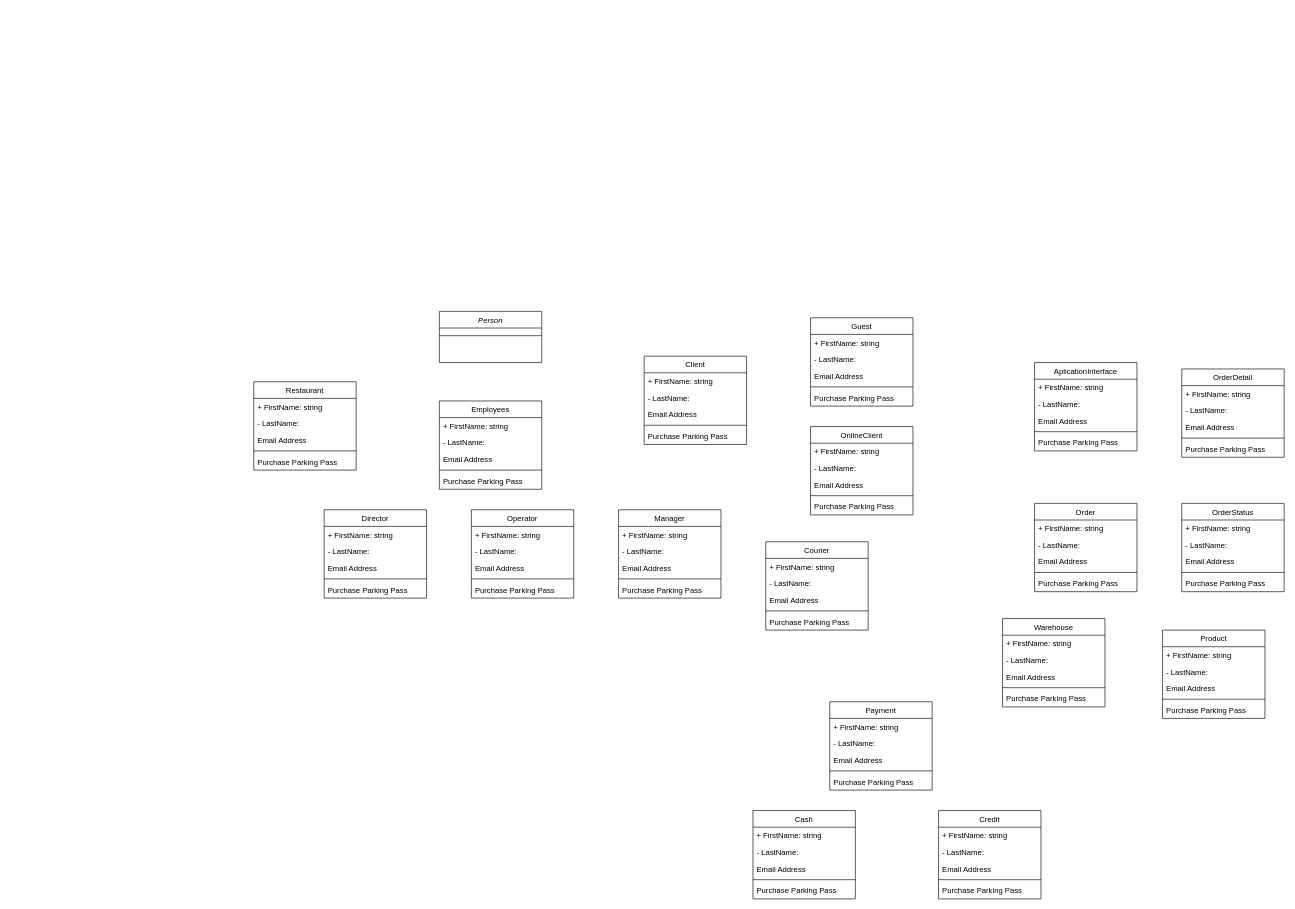
ChistEgor/UML-class-diagram keeps this draw.io diagram as Untitled Diagram.drawio. Above is the earlier version. Source tidied: cells renumbered, new cells numbered last; positions are measured from the earlier drawing's top-left corner, leaving out a move shared by most shapes. Both pictures are drawn from the tidied source at 64%, with x=0, y=0 at pixel (253, 311).
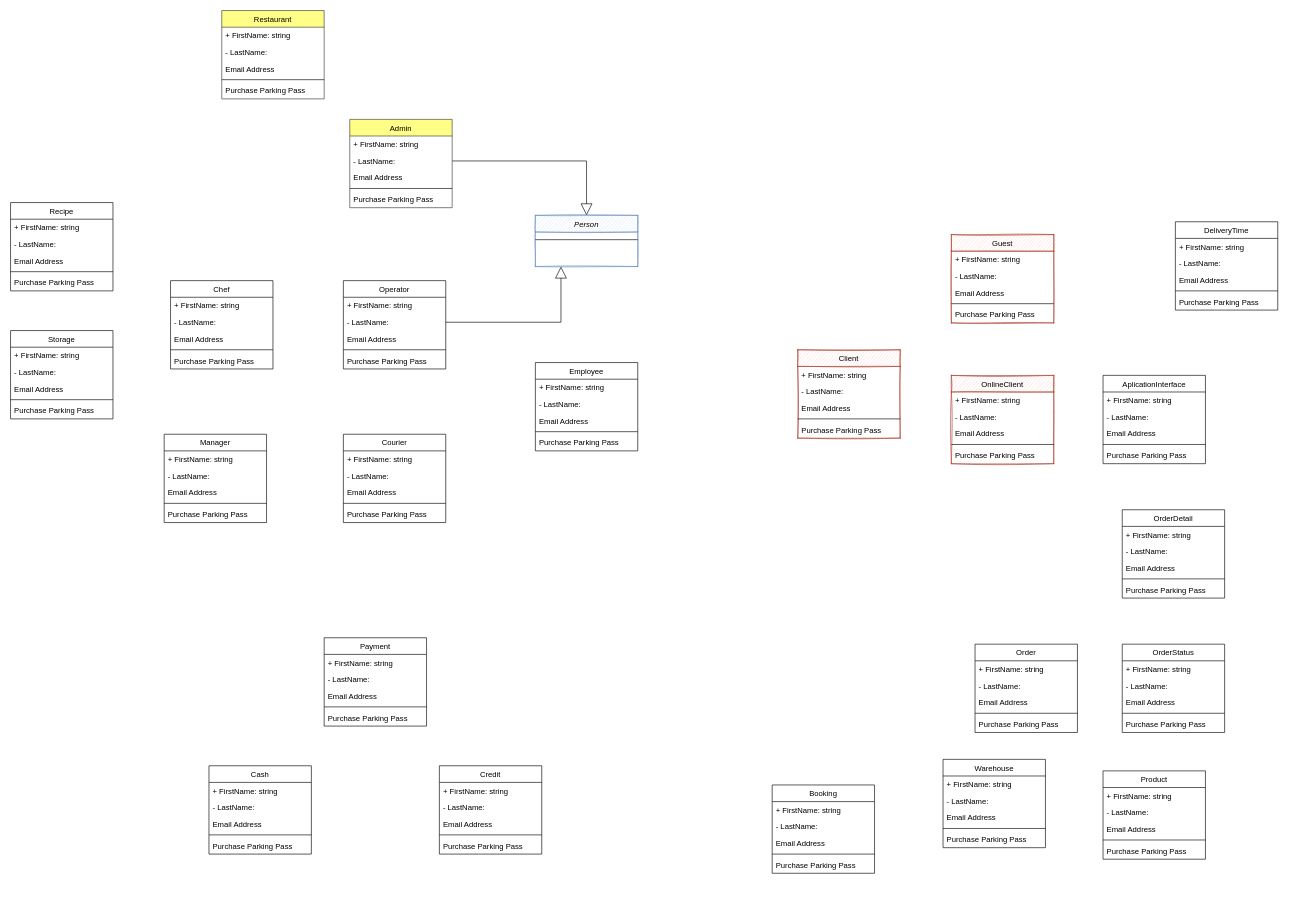
After the change.

The change refers to these unchanged cells:
```xml
<mxCell id="12" value="- LastName:" style="text;align=left;verticalAlign=top;spacingLeft=4;spacingRight=4;overflow=hidden;points=[[0,0.5],[1,0.5]];portConstraint=eastwest;rounded=0;shadow=0;html=0;" parent="10" vertex="1">
  <mxGeometry y="52" width="160" height="26" as="geometry" />
</mxCell>
<mxCell id="24" value="- LastName:" style="text;align=left;verticalAlign=top;spacingLeft=4;spacingRight=4;overflow=hidden;points=[[0,0.5],[1,0.5]];portConstraint=eastwest;rounded=0;shadow=0;html=0;" parent="22" vertex="1">
  <mxGeometry y="52" width="160" height="26" as="geometry" />
</mxCell>
```

Change to the diagram source:
```diff
@@
-    <mxCell id="2" value="Employees" style="swimlane;fontStyle=0;align=center;verticalAlign=top;horizontal=1;startSize=26;rounded=0;shadow=0;strokeWidth=1;" parent="1" vertex="1">
-      <mxGeometry x="290" y="140" width="160" height="138" as="geometry" />
+    <mxCell id="2" value="Employee" style="swimlane;fontStyle=0;align=center;verticalAlign=top;horizontal=1;startSize=26;rounded=0;shadow=0;strokeWidth=1;" parent="1" vertex="1">
+      <mxGeometry x="440" y="80" width="160" height="138" as="geometry" />
     </mxCell>
@@
+    <mxCell id="112" style="edgeStyle=orthogonalEdgeStyle;rounded=0;jettySize=auto;html=1;exitX=0.5;exitY=0;exitDx=0;exitDy=0;entryX=1;entryY=0.5;entryDx=0;entryDy=0;endArrow=none;endFill=0;endSize=10;startArrow=block;startFill=0;targetPerimeterSpacing=15;sourcePerimeterSpacing=10;startSize=16;" parent="1" edge="1" source="8" target="12">
+      <mxGeometry relative="1" as="geometry" />
+    </mxCell>
+    <mxCell id="113" style="edgeStyle=orthogonalEdgeStyle;rounded=0;jettySize=auto;html=1;exitX=0.25;exitY=1;exitDx=0;exitDy=0;entryX=1;entryY=0.5;entryDx=0;entryDy=0;startArrow=block;startFill=0;startSize=16;sourcePerimeterSpacing=10;endArrow=none;endFill=0;endSize=10;targetPerimeterSpacing=15;" parent="1" edge="1" source="8" target="24">
+      <mxGeometry relative="1" as="geometry" />
+    </mxCell>
-    <mxCell id="8" value="Person" style="swimlane;fontStyle=2;align=center;verticalAlign=top;horizontal=1;startSize=26;rounded=0;shadow=0;strokeWidth=1;" parent="1" vertex="1">
-      <mxGeometry x="290" width="160" height="80" as="geometry" />
+    <mxCell id="8" value="Person" style="swimlane;fontStyle=2;align=center;verticalAlign=top;horizontal=1;startSize=26;rounded=0;shadow=0;strokeWidth=1;swimlaneFillColor=#ffffff;fillColor=#dae8fc;sketch=1;glass=0;strokeColor=#6c8ebf;fillStyle=auto;" parent="1" vertex="1">
+      <mxGeometry x="440" y="-150" width="160" height="80" as="geometry" />
     </mxCell>
@@
-    <mxCell id="10" value="Director" style="swimlane;fontStyle=0;align=center;verticalAlign=top;horizontal=1;startSize=26;rounded=0;shadow=0;strokeWidth=1;" parent="1" vertex="1">
-      <mxGeometry x="110" y="310" width="160" height="138" as="geometry" />
+    <mxCell id="10" value="Admin" style="swimlane;fontStyle=0;align=center;verticalAlign=top;horizontal=1;startSize=26;rounded=0;shadow=0;strokeWidth=1;fillColor=#ffff88;strokeColor=#36393d;swimlaneFillColor=#ffffff;sketch=0;" parent="1" vertex="1">
+      <mxGeometry x="150" y="-300" width="160" height="138" as="geometry" />
     </mxCell>
@@
-    <mxCell id="16" value="Restaurant" style="swimlane;fontStyle=0;align=center;verticalAlign=top;horizontal=1;startSize=26;rounded=0;shadow=0;strokeWidth=1;" parent="1" vertex="1">
-      <mxGeometry y="110" width="160" height="138" as="geometry" />
+    <mxCell id="16" value="Restaurant" style="swimlane;fontStyle=0;align=center;verticalAlign=top;horizontal=1;startSize=26;rounded=0;shadow=0;strokeWidth=1;fillColor=#ffff88;strokeColor=#36393d;" parent="1" vertex="1">
+      <mxGeometry x="-50" y="-470" width="160" height="138" as="geometry" />
     </mxCell>
@@
     <mxCell id="22" value="Operator" style="swimlane;fontStyle=0;align=center;verticalAlign=top;horizontal=1;startSize=26;rounded=0;shadow=0;strokeWidth=1;" parent="1" vertex="1">
-      <mxGeometry x="340" y="310" width="160" height="138" as="geometry" />
+      <mxGeometry x="140" y="-48" width="160" height="138" as="geometry" />
     </mxCell>
@@
     <mxCell id="28" value="Manager" style="swimlane;fontStyle=0;align=center;verticalAlign=top;horizontal=1;startSize=26;rounded=0;shadow=0;strokeWidth=1;" parent="1" vertex="1">
-      <mxGeometry x="570" y="310" width="160" height="138" as="geometry" />
+      <mxGeometry x="-140" y="192" width="160" height="138" as="geometry" />
     </mxCell>
@@
     <mxCell id="34" value="Courier" style="swimlane;fontStyle=0;align=center;verticalAlign=top;horizontal=1;startSize=26;rounded=0;shadow=0;strokeWidth=1;" parent="1" vertex="1">
-      <mxGeometry x="800" y="360" width="160" height="138" as="geometry" />
+      <mxGeometry x="140" y="192" width="160" height="138" as="geometry" />
     </mxCell>
@@
-    <mxCell id="40" value="Client" style="swimlane;fontStyle=0;align=center;verticalAlign=top;horizontal=1;startSize=26;rounded=0;shadow=0;strokeWidth=1;" parent="1" vertex="1">
-      <mxGeometry x="610" y="70" width="160" height="138" as="geometry" />
+    <mxCell id="40" value="Client" style="swimlane;fontStyle=0;align=center;verticalAlign=top;horizontal=1;startSize=26;rounded=0;shadow=0;strokeWidth=1;fillColor=#fad9d5;strokeColor=#ae4132;swimlaneFillColor=#ffffff;sketch=1;" parent="1" vertex="1">
+      <mxGeometry x="850" y="60" width="160" height="138" as="geometry" />
     </mxCell>
@@
-    <mxCell id="46" value="Guest" style="swimlane;fontStyle=0;align=center;verticalAlign=top;horizontal=1;startSize=26;rounded=0;shadow=0;strokeWidth=1;" parent="1" vertex="1">
-      <mxGeometry x="870" y="10" width="160" height="138" as="geometry" />
+    <mxCell id="46" value="Guest" style="swimlane;fontStyle=0;align=center;verticalAlign=top;horizontal=1;startSize=26;rounded=0;shadow=0;strokeWidth=1;fillColor=#fad9d5;strokeColor=#ae4132;swimlaneFillColor=#ffffff;sketch=1;" parent="1" vertex="1">
+      <mxGeometry x="1090" y="-120" width="160" height="138" as="geometry" />
     </mxCell>
@@
-    <mxCell id="52" value="OnlineClient" style="swimlane;fontStyle=0;align=center;verticalAlign=top;horizontal=1;startSize=26;rounded=0;shadow=0;strokeWidth=1;" parent="1" vertex="1">
-      <mxGeometry x="870" y="180" width="160" height="138" as="geometry" />
+    <mxCell id="52" value="OnlineClient" style="swimlane;fontStyle=0;align=center;verticalAlign=top;horizontal=1;startSize=26;rounded=0;shadow=0;strokeWidth=1;fillColor=#fad9d5;strokeColor=#ae4132;swimlaneFillColor=#ffffff;sketch=1;" parent="1" vertex="1">
+      <mxGeometry x="1090" y="100" width="160" height="138" as="geometry" />
     </mxCell>
@@
     <mxCell id="58" value="AplicationInterface" style="swimlane;fontStyle=0;align=center;verticalAlign=top;horizontal=1;startSize=26;rounded=0;shadow=0;strokeWidth=1;" parent="1" vertex="1">
-      <mxGeometry x="1220" y="80" width="160" height="138" as="geometry" />
+      <mxGeometry x="1327" y="100" width="160" height="138" as="geometry" />
     </mxCell>
@@
     <mxCell id="64" value="Order" style="swimlane;fontStyle=0;align=center;verticalAlign=top;horizontal=1;startSize=26;rounded=0;shadow=0;strokeWidth=1;" parent="1" vertex="1">
-      <mxGeometry x="1220" y="300" width="160" height="138" as="geometry" />
+      <mxGeometry x="1127" y="520" width="160" height="138" as="geometry" />
     </mxCell>
@@
     <mxCell id="70" value="Warehouse" style="swimlane;fontStyle=0;align=center;verticalAlign=top;horizontal=1;startSize=26;rounded=0;shadow=0;strokeWidth=1;" parent="1" vertex="1">
-      <mxGeometry x="1170" y="480" width="160" height="138" as="geometry" />
+      <mxGeometry x="1077" y="700" width="160" height="138" as="geometry" />
     </mxCell>
@@
     <mxCell id="76" value="OrderStatus" style="swimlane;fontStyle=0;align=center;verticalAlign=top;horizontal=1;startSize=26;rounded=0;shadow=0;strokeWidth=1;" parent="1" vertex="1">
-      <mxGeometry x="1450" y="300" width="160" height="138" as="geometry" />
+      <mxGeometry x="1357" y="520" width="160" height="138" as="geometry" />
     </mxCell>
@@
     <mxCell id="82" value="OrderDetail" style="swimlane;fontStyle=0;align=center;verticalAlign=top;horizontal=1;startSize=26;rounded=0;shadow=0;strokeWidth=1;" parent="1" vertex="1">
-      <mxGeometry x="1450" y="90" width="160" height="138" as="geometry" />
+      <mxGeometry x="1357" y="310" width="160" height="138" as="geometry" />
     </mxCell>
@@
     <mxCell id="88" value="Product" style="swimlane;fontStyle=0;align=center;verticalAlign=top;horizontal=1;startSize=26;rounded=0;shadow=0;strokeWidth=1;" parent="1" vertex="1">
-      <mxGeometry x="1420" y="498" width="160" height="138" as="geometry" />
+      <mxGeometry x="1327" y="718" width="160" height="138" as="geometry" />
     </mxCell>
@@
     <mxCell id="94" value="Payment" style="swimlane;fontStyle=0;align=center;verticalAlign=top;horizontal=1;startSize=26;rounded=0;shadow=0;strokeWidth=1;" parent="1" vertex="1">
-      <mxGeometry x="900" y="610" width="160" height="138" as="geometry" />
+      <mxGeometry x="110" y="510" width="160" height="138" as="geometry" />
     </mxCell>
@@
     <mxCell id="100" value="Credit" style="swimlane;fontStyle=0;align=center;verticalAlign=top;horizontal=1;startSize=26;rounded=0;shadow=0;strokeWidth=1;" parent="1" vertex="1">
-      <mxGeometry x="1070" y="780" width="160" height="138" as="geometry" />
+      <mxGeometry x="290" y="710" width="160" height="138" as="geometry" />
     </mxCell>
@@
     <mxCell id="106" value="Cash" style="swimlane;fontStyle=0;align=center;verticalAlign=top;horizontal=1;startSize=26;rounded=0;shadow=0;strokeWidth=1;" parent="1" vertex="1">
-      <mxGeometry x="780" y="780" width="160" height="138" as="geometry" />
+      <mxGeometry x="-70" y="710" width="160" height="138" as="geometry" />
     </mxCell>
@@
+    <mxCell id="114" value="Booking" style="swimlane;fontStyle=0;align=center;verticalAlign=top;horizontal=1;startSize=26;rounded=0;shadow=0;strokeWidth=1;" parent="1" vertex="1">
+      <mxGeometry x="810" y="740" width="160" height="138" as="geometry" />
+    </mxCell>
+    <mxCell id="115" value="+ FirstName: string" style="text;align=left;verticalAlign=top;spacingLeft=4;spacingRight=4;overflow=hidden;" parent="114" vertex="1">
+      <mxGeometry y="26" width="160" height="26" as="geometry" />
+    </mxCell>
+    <mxCell id="116" value="- LastName:" style="text;align=left;verticalAlign=top;spacingLeft=4;spacingRight=4;overflow=hidden;rounded=0;shadow=0;html=0;" parent="114" vertex="1">
+      <mxGeometry y="52" width="160" height="26" as="geometry" />
+    </mxCell>
+    <mxCell id="117" value="Email Address" style="text;align=left;verticalAlign=top;spacingLeft=4;spacingRight=4;overflow=hidden;rounded=0;shadow=0;html=0;" parent="114" vertex="1">
+      <mxGeometry y="78" width="160" height="26" as="geometry" />
+    </mxCell>
+    <mxCell id="118" style="line;html=1;strokeWidth=1;align=left;verticalAlign=middle;spacingTop=-1;spacingLeft=3;spacingRight=3;labelPosition=right;" parent="114" vertex="1">
+      <mxGeometry y="104" width="160" height="8" as="geometry" />
+    </mxCell>
+    <mxCell id="119" value="Purchase Parking Pass" style="text;align=left;verticalAlign=top;spacingLeft=4;spacingRight=4;overflow=hidden;" parent="114" vertex="1">
+      <mxGeometry y="112" width="160" height="26" as="geometry" />
+    </mxCell>
+    <mxCell id="120" value="Chef" style="swimlane;fontStyle=0;align=center;verticalAlign=top;horizontal=1;startSize=26;rounded=0;shadow=0;strokeWidth=1;" parent="1" vertex="1">
+      <mxGeometry x="-130" y="-48" width="160" height="138" as="geometry" />
+    </mxCell>
+    <mxCell id="121" value="+ FirstName: string" style="text;align=left;verticalAlign=top;spacingLeft=4;spacingRight=4;overflow=hidden;" parent="120" vertex="1">
+      <mxGeometry y="26" width="160" height="26" as="geometry" />
+    </mxCell>
+    <mxCell id="122" value="- LastName:" style="text;align=left;verticalAlign=top;spacingLeft=4;spacingRight=4;overflow=hidden;rounded=0;shadow=0;html=0;" parent="120" vertex="1">
+      <mxGeometry y="52" width="160" height="26" as="geometry" />
+    </mxCell>
+    <mxCell id="123" value="Email Address" style="text;align=left;verticalAlign=top;spacingLeft=4;spacingRight=4;overflow=hidden;rounded=0;shadow=0;html=0;" parent="120" vertex="1">
+      <mxGeometry y="78" width="160" height="26" as="geometry" />
+    </mxCell>
+    <mxCell id="124" style="line;html=1;strokeWidth=1;align=left;verticalAlign=middle;spacingTop=-1;spacingLeft=3;spacingRight=3;labelPosition=right;" parent="120" vertex="1">
+      <mxGeometry y="104" width="160" height="8" as="geometry" />
+    </mxCell>
+    <mxCell id="125" value="Purchase Parking Pass" style="text;align=left;verticalAlign=top;spacingLeft=4;spacingRight=4;overflow=hidden;" parent="120" vertex="1">
+      <mxGeometry y="112" width="160" height="26" as="geometry" />
+    </mxCell>
+    <mxCell id="126" value="DeliveryTime" style="swimlane;fontStyle=0;align=center;verticalAlign=top;horizontal=1;startSize=26;rounded=0;shadow=0;strokeWidth=1;" parent="1" vertex="1">
+      <mxGeometry x="1440" y="-140" width="160" height="138" as="geometry" />
+    </mxCell>
+    <mxCell id="127" value="+ FirstName: string" style="text;align=left;verticalAlign=top;spacingLeft=4;spacingRight=4;overflow=hidden;" parent="126" vertex="1">
+      <mxGeometry y="26" width="160" height="26" as="geometry" />
+    </mxCell>
+    <mxCell id="128" value="- LastName:" style="text;align=left;verticalAlign=top;spacingLeft=4;spacingRight=4;overflow=hidden;rounded=0;shadow=0;html=0;" parent="126" vertex="1">
+      <mxGeometry y="52" width="160" height="26" as="geometry" />
+    </mxCell>
+    <mxCell id="129" value="Email Address" style="text;align=left;verticalAlign=top;spacingLeft=4;spacingRight=4;overflow=hidden;rounded=0;shadow=0;html=0;" parent="126" vertex="1">
+      <mxGeometry y="78" width="160" height="26" as="geometry" />
+    </mxCell>
+    <mxCell id="130" style="line;html=1;strokeWidth=1;align=left;verticalAlign=middle;spacingTop=-1;spacingLeft=3;spacingRight=3;labelPosition=right;" parent="126" vertex="1">
+      <mxGeometry y="104" width="160" height="8" as="geometry" />
+    </mxCell>
+    <mxCell id="131" value="Purchase Parking Pass" style="text;align=left;verticalAlign=top;spacingLeft=4;spacingRight=4;overflow=hidden;" parent="126" vertex="1">
+      <mxGeometry y="112" width="160" height="26" as="geometry" />
+    </mxCell>
+    <mxCell id="132" value="Recipe" style="swimlane;fontStyle=0;align=center;verticalAlign=top;horizontal=1;startSize=26;rounded=0;shadow=0;strokeWidth=1;" parent="1" vertex="1">
+      <mxGeometry x="-380" y="-170" width="160" height="138" as="geometry" />
+    </mxCell>
+    <mxCell id="133" value="+ FirstName: string" style="text;align=left;verticalAlign=top;spacingLeft=4;spacingRight=4;overflow=hidden;" parent="132" vertex="1">
+      <mxGeometry y="26" width="160" height="26" as="geometry" />
+    </mxCell>
+    <mxCell id="134" value="- LastName:" style="text;align=left;verticalAlign=top;spacingLeft=4;spacingRight=4;overflow=hidden;rounded=0;shadow=0;html=0;" parent="132" vertex="1">
+      <mxGeometry y="52" width="160" height="26" as="geometry" />
+    </mxCell>
+    <mxCell id="135" value="Email Address" style="text;align=left;verticalAlign=top;spacingLeft=4;spacingRight=4;overflow=hidden;rounded=0;shadow=0;html=0;" parent="132" vertex="1">
+      <mxGeometry y="78" width="160" height="26" as="geometry" />
+    </mxCell>
+    <mxCell id="136" style="line;html=1;strokeWidth=1;align=left;verticalAlign=middle;spacingTop=-1;spacingLeft=3;spacingRight=3;labelPosition=right;" parent="132" vertex="1">
+      <mxGeometry y="104" width="160" height="8" as="geometry" />
+    </mxCell>
+    <mxCell id="137" value="Purchase Parking Pass" style="text;align=left;verticalAlign=top;spacingLeft=4;spacingRight=4;overflow=hidden;" parent="132" vertex="1">
+      <mxGeometry y="112" width="160" height="26" as="geometry" />
+    </mxCell>
+    <mxCell id="138" value="Storage" style="swimlane;fontStyle=0;align=center;verticalAlign=top;horizontal=1;startSize=26;rounded=0;shadow=0;strokeWidth=1;" parent="1" vertex="1">
+      <mxGeometry x="-380" y="30" width="160" height="138" as="geometry" />
+    </mxCell>
+    <mxCell id="139" value="+ FirstName: string" style="text;align=left;verticalAlign=top;spacingLeft=4;spacingRight=4;overflow=hidden;" parent="138" vertex="1">
+      <mxGeometry y="26" width="160" height="26" as="geometry" />
+    </mxCell>
+    <mxCell id="140" value="- LastName:" style="text;align=left;verticalAlign=top;spacingLeft=4;spacingRight=4;overflow=hidden;rounded=0;shadow=0;html=0;" parent="138" vertex="1">
+      <mxGeometry y="52" width="160" height="26" as="geometry" />
+    </mxCell>
+    <mxCell id="141" value="Email Address" style="text;align=left;verticalAlign=top;spacingLeft=4;spacingRight=4;overflow=hidden;rounded=0;shadow=0;html=0;" parent="138" vertex="1">
+      <mxGeometry y="78" width="160" height="26" as="geometry" />
+    </mxCell>
+    <mxCell id="142" style="line;html=1;strokeWidth=1;align=left;verticalAlign=middle;spacingTop=-1;spacingLeft=3;spacingRight=3;labelPosition=right;" parent="138" vertex="1">
+      <mxGeometry y="104" width="160" height="8" as="geometry" />
+    </mxCell>
+    <mxCell id="143" value="Purchase Parking Pass" style="text;align=left;verticalAlign=top;spacingLeft=4;spacingRight=4;overflow=hidden;" parent="138" vertex="1">
+      <mxGeometry y="112" width="160" height="26" as="geometry" />
+    </mxCell>
```
